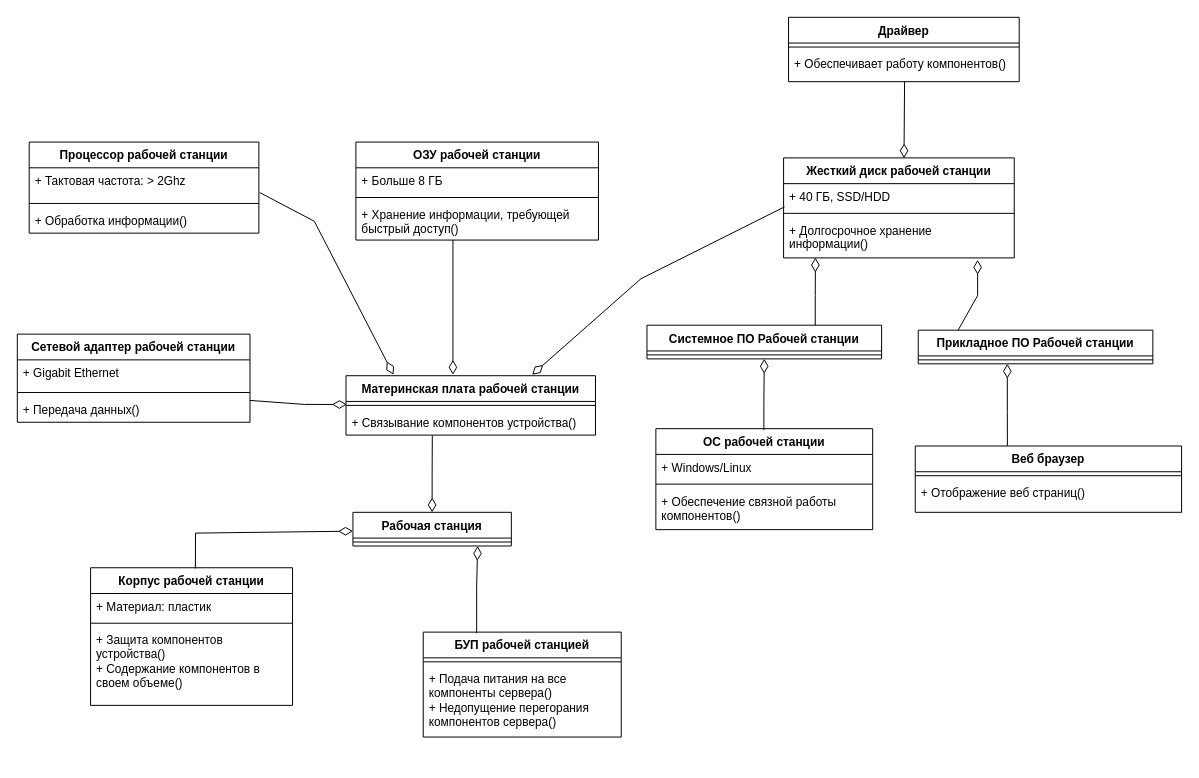
hiff0/db-city-council keeps this draw.io diagram as Определение проекта АИС "Рабочая станция".drawio. Above is the earlier version. Source tidied: cells renumbered, new cells numbered last; positions are measured from the earlier drawing's top-left corner, leaving out a move shared by most shapes. Both pictures are drawn from the tidied source at 99%, with x=0, y=0 at pixel (17, 17).
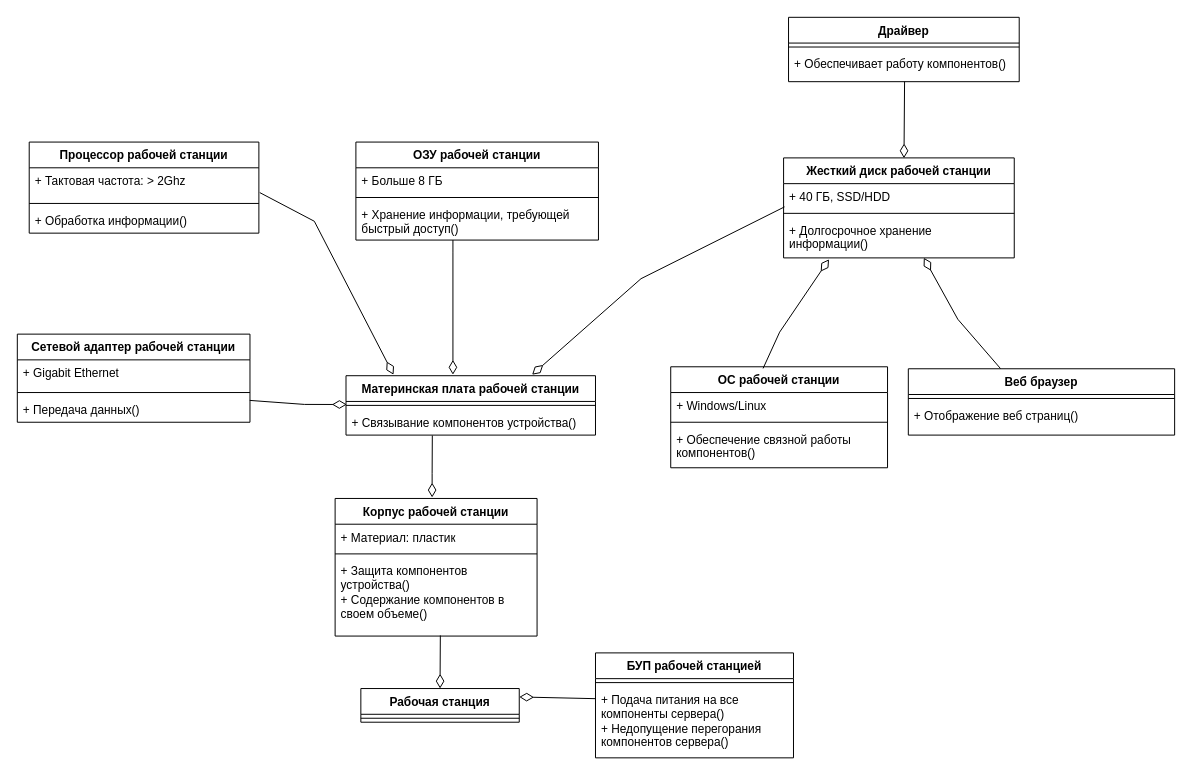
The same page after the edit.

The change refers to these unchanged cells:
```xml
<mxCell id="7" value="+ Защита компонентов устройства()&lt;div&gt;+ Содержание компонентов в своем объеме()&lt;/div&gt;" style="text;strokeColor=none;fillColor=none;align=left;verticalAlign=top;spacingLeft=4;spacingRight=4;overflow=hidden;points=[[0,0.5],[1,0.5]];portConstraint=eastwest;whiteSpace=wrap;html=1;" parent="4" vertex="1">
  <mxGeometry y="60" width="204" height="79" as="geometry" />
</mxCell>
<mxCell id="10" value="+ Связывание компонентов устройства()" style="text;strokeColor=none;fillColor=none;align=left;verticalAlign=top;spacingLeft=4;spacingRight=4;overflow=hidden;points=[[0,0.5],[1,0.5]];portConstraint=eastwest;whiteSpace=wrap;html=1;" parent="8" vertex="1">
  <mxGeometry y="34" width="252" height="26" as="geometry" />
</mxCell>
<mxCell id="22" value="+ Долгосрочное хранение информации()" style="text;strokeColor=none;fillColor=none;align=left;verticalAlign=top;spacingLeft=4;spacingRight=4;overflow=hidden;points=[[0,0.5],[1,0.5]];portConstraint=eastwest;whiteSpace=wrap;html=1;" parent="19" vertex="1">
  <mxGeometry y="60" width="233" height="41" as="geometry" />
</mxCell>
<mxCell id="50" value="+ Подача питания на все компоненты сервера()&lt;div&gt;+ Недопущение перегорания компонентов сервера()&lt;/div&gt;" style="text;strokeColor=none;fillColor=none;align=left;verticalAlign=top;spacingLeft=4;spacingRight=4;overflow=hidden;points=[[0,0.5],[1,0.5]];portConstraint=eastwest;whiteSpace=wrap;html=1;" parent="48" vertex="1">
  <mxGeometry y="34" width="200" height="72" as="geometry" />
</mxCell>
```

The edit, as a diff of the source:
```diff
@@
     <mxCell id="2" value="Рабочая станция" style="swimlane;fontStyle=1;align=center;verticalAlign=top;horizontal=1;startSize=26;whiteSpace=wrap;html=1;" parent="1" vertex="1">
-      <mxGeometry x="339" y="500" width="160" height="34" as="geometry" />
+      <mxGeometry x="347" y="678" width="160" height="34" as="geometry" />
     </mxCell>
@@
     <mxCell id="4" value="Корпус рабочей станции" style="swimlane;fontStyle=1;align=center;verticalAlign=top;horizontal=1;startSize=26;whiteSpace=wrap;html=1;" parent="1" vertex="1">
-      <mxGeometry x="74" y="556" width="204" height="139" as="geometry" />
+      <mxGeometry x="321" y="486" width="204" height="139" as="geometry" />
     </mxCell>
@@
-    <mxCell id="27" value="Системное ПО Рабочей станции" style="swimlane;fontStyle=1;align=center;verticalAlign=top;horizontal=1;startSize=26;whiteSpace=wrap;html=1;" parent="1" vertex="1">
-      <mxGeometry x="636" y="311" width="237" height="34" as="geometry" />
-    </mxCell>
-    <mxCell id="28" style="line;strokeWidth=1;fillColor=none;align=left;verticalAlign=middle;spacingTop=-1;spacingLeft=3;spacingRight=3;labelPosition=right;strokeColor=inherit;" parent="27" vertex="1">
-      <mxGeometry y="26" width="237" height="8" as="geometry" />
-    </mxCell>
-    <mxCell id="29" value="Прикладное ПО Рабочей станции" style="swimlane;fontStyle=1;align=center;verticalAlign=top;horizontal=1;startSize=26;whiteSpace=wrap;html=1;" parent="1" vertex="1">
-      <mxGeometry x="910" y="316" width="237" height="34" as="geometry" />
-    </mxCell>
-    <mxCell id="30" style="line;strokeWidth=1;fillColor=none;align=left;verticalAlign=middle;spacingTop=-1;spacingLeft=3;spacingRight=3;labelPosition=right;strokeColor=inherit;" parent="29" vertex="1">
-      <mxGeometry y="26" width="237" height="8" as="geometry" />
-    </mxCell>
     <mxCell id="31" value="ОС рабочей станции" style="swimlane;fontStyle=1;align=center;verticalAlign=top;horizontal=1;startSize=26;whiteSpace=wrap;html=1;" parent="1" vertex="1">
-      <mxGeometry x="645" y="415.5" width="219" height="102" as="geometry" />
+      <mxGeometry x="660" y="353" width="219" height="102" as="geometry" />
     </mxCell>
@@
     <mxCell id="35" value="Веб браузер" style="swimlane;fontStyle=1;align=center;verticalAlign=top;horizontal=1;startSize=26;whiteSpace=wrap;html=1;" parent="1" vertex="1">
-      <mxGeometry x="907" y="433" width="269" height="67" as="geometry" />
+      <mxGeometry x="900" y="355" width="269" height="67" as="geometry" />
     </mxCell>
@@
-    <mxCell id="38" style="endArrow=diamondThin;endFill=0;endSize=12;html=1;rounded=0;exitX=0.519;exitY=0.005;exitDx=0;exitDy=0;exitPerimeter=0;" parent="1" edge="1" source="4">
-      <mxGeometry relative="1" as="geometry">
-        <mxPoint x="339" y="519" as="targetPoint" />
-        <Array as="points">
-          <mxPoint x="180" y="521" />
-        </Array>
-      </mxGeometry>
-    </mxCell>
-    <mxCell id="39" style="endArrow=diamondThin;endFill=0;endSize=12;html=1;rounded=0;exitX=0.346;exitY=1.016;exitDx=0;exitDy=0;exitPerimeter=0;entryX=0.5;entryY=0;entryDx=0;entryDy=0;" parent="1" edge="1" source="10" target="2">
+    <mxCell id="39" style="endArrow=diamondThin;endFill=0;endSize=12;html=1;rounded=0;exitX=0.346;exitY=1.016;exitDx=0;exitDy=0;exitPerimeter=0;" parent="1" edge="1" source="10">
       <mxGeometry relative="1" as="geometry">
+        <mxPoint x="419" y="485" as="targetPoint" />
         <Array as="points">
           <mxPoint x="419" y="461" />
         </Array>
       </mxGeometry>
     </mxCell>
@@
-    <mxCell id="44" style="endArrow=diamondThin;endFill=0;endSize=12;html=1;rounded=0;entryX=0.138;entryY=0.993;entryDx=0;entryDy=0;entryPerimeter=0;" parent="1" edge="1" target="22">
-      <mxGeometry relative="1" as="geometry">
-        <mxPoint x="806" y="311" as="sourcePoint" />
-        <Array as="points">
-          <mxPoint x="806" y="281" />
-        </Array>
-      </mxGeometry>
-    </mxCell>
-    <mxCell id="45" style="endArrow=diamondThin;endFill=0;endSize=12;html=1;rounded=0;entryX=0.138;entryY=0.993;entryDx=0;entryDy=0;entryPerimeter=0;exitX=0.169;exitY=0.014;exitDx=0;exitDy=0;exitPerimeter=0;" parent="1" edge="1" source="29">
-      <mxGeometry relative="1" as="geometry">
-        <mxPoint x="970" y="245" as="targetPoint" />
-        <Array as="points">
-          <mxPoint x="970" y="281" />
-        </Array>
-      </mxGeometry>
-    </mxCell>
-    <mxCell id="46" style="endArrow=diamondThin;endFill=0;endSize=12;html=1;rounded=0;entryX=0.5;entryY=1;entryDx=0;entryDy=0;" parent="1" edge="1" target="27">
+    <mxCell id="46" style="endArrow=diamondThin;endFill=0;endSize=12;html=1;rounded=0;entryX=0.197;entryY=1.035;entryDx=0;entryDy=0;entryPerimeter=0;exitX=0.426;exitY=0.016;exitDx=0;exitDy=0;exitPerimeter=0;" parent="1" edge="1" source="31" target="22">
       <mxGeometry relative="1" as="geometry">
-        <mxPoint x="754.1" y="417" as="sourcePoint" />
         <Array as="points">
-          <mxPoint x="754.1" y="387" />
+          <mxPoint x="770" y="318" />
         </Array>
       </mxGeometry>
     </mxCell>
-    <mxCell id="47" style="endArrow=diamondThin;endFill=0;endSize=12;html=1;rounded=0;exitX=0.346;exitY=-0.004;exitDx=0;exitDy=0;exitPerimeter=0;" parent="1" edge="1" source="35">
+    <mxCell id="47" style="endArrow=diamondThin;endFill=0;endSize=12;html=1;rounded=0;exitX=0.346;exitY=-0.004;exitDx=0;exitDy=0;exitPerimeter=0;entryX=0.608;entryY=0.997;entryDx=0;entryDy=0;entryPerimeter=0;" parent="1" edge="1" source="35" target="22">
       <mxGeometry relative="1" as="geometry">
-        <mxPoint x="1000" y="350" as="targetPoint" />
         <Array as="points">
-          <mxPoint x="1000" y="399" />
+          <mxPoint x="950" y="305" />
         </Array>
       </mxGeometry>
     </mxCell>
     <mxCell id="48" value="БУП рабочей станцией" style="swimlane;fontStyle=1;align=center;verticalAlign=top;horizontal=1;startSize=26;whiteSpace=wrap;html=1;" parent="1" vertex="1">
-      <mxGeometry x="410" y="621" width="200" height="106" as="geometry" />
+      <mxGeometry x="584" y="642" width="200" height="106" as="geometry" />
     </mxCell>
@@
-    <mxCell id="51" style="endArrow=diamondThin;endFill=0;endSize=12;html=1;rounded=0;entryX=0.5;entryY=1;entryDx=0;entryDy=0;exitX=0.27;exitY=0.009;exitDx=0;exitDy=0;exitPerimeter=0;" parent="1" edge="1" source="48">
-      <mxGeometry relative="1" as="geometry">
-        <mxPoint x="465" y="534" as="targetPoint" />
-        <Array as="points">
-          <mxPoint x="464" y="573" />
-        </Array>
-      </mxGeometry>
+    <mxCell id="51" style="endArrow=diamondThin;endFill=0;endSize=12;html=1;rounded=0;exitX=0.002;exitY=0.17;exitDx=0;exitDy=0;exitPerimeter=0;entryX=1;entryY=0.25;entryDx=0;entryDy=0;" parent="1" edge="1" source="50" target="2">
+      <mxGeometry relative="1" as="geometry" />
     </mxCell>
@@
+    <mxCell id="56" style="endArrow=diamondThin;endFill=0;endSize=12;html=1;rounded=0;exitX=0.521;exitY=0.992;exitDx=0;exitDy=0;exitPerimeter=0;entryX=0.5;entryY=0;entryDx=0;entryDy=0;" parent="1" edge="1" source="7" target="2">
+      <mxGeometry relative="1" as="geometry" />
+    </mxCell>
```
